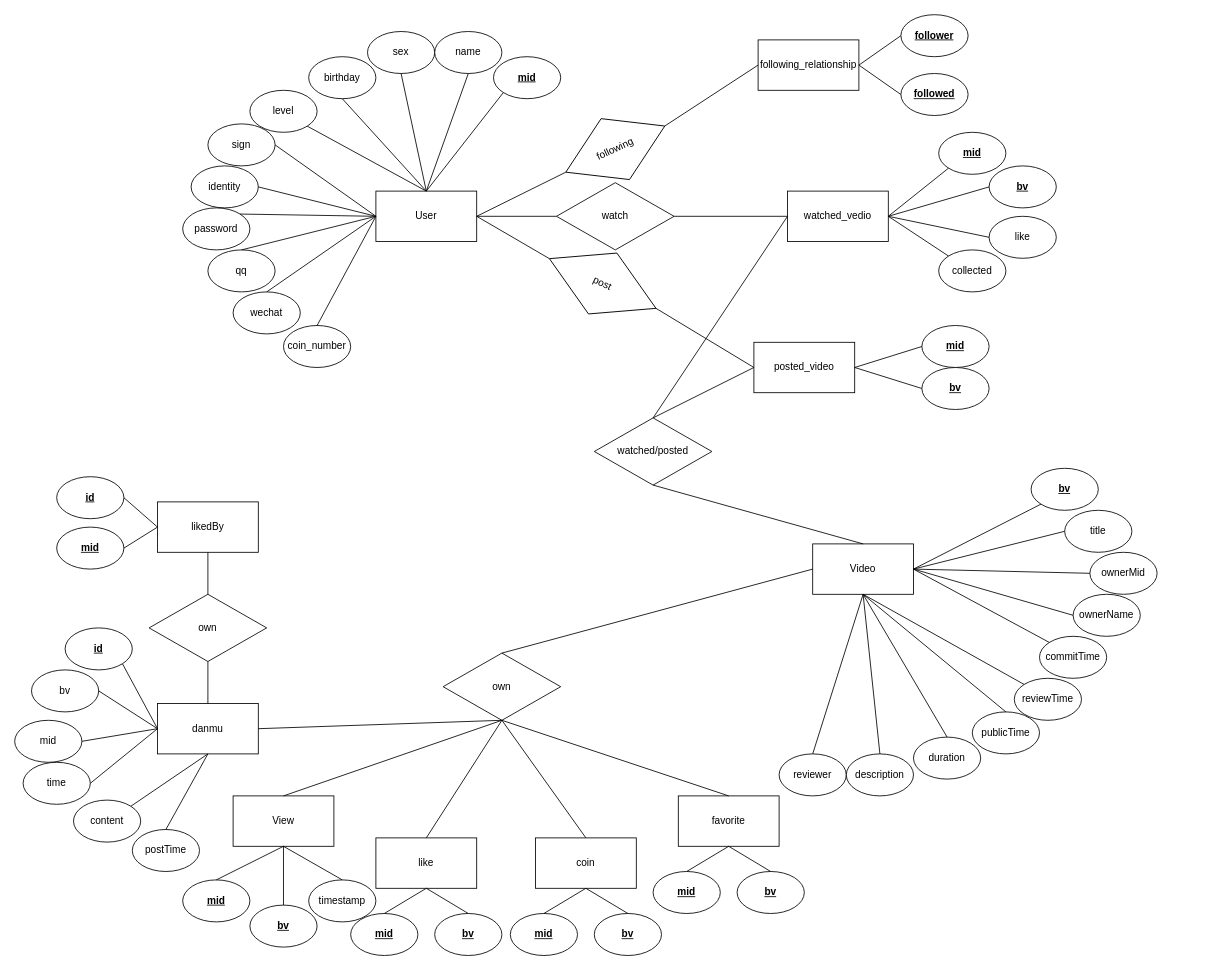
Before: 未命名绘图.drawio in Delta0019/Database_project2, a draw.io diagram. Source tidied: cells renumbered, new cells numbered last; positions are measured from the earlier drawing's top-left corner, leaving out a move shared by most shapes. Both pictures are drawn from the tidied source at 84%, with x=0, y=0 at pixel (14, 14).
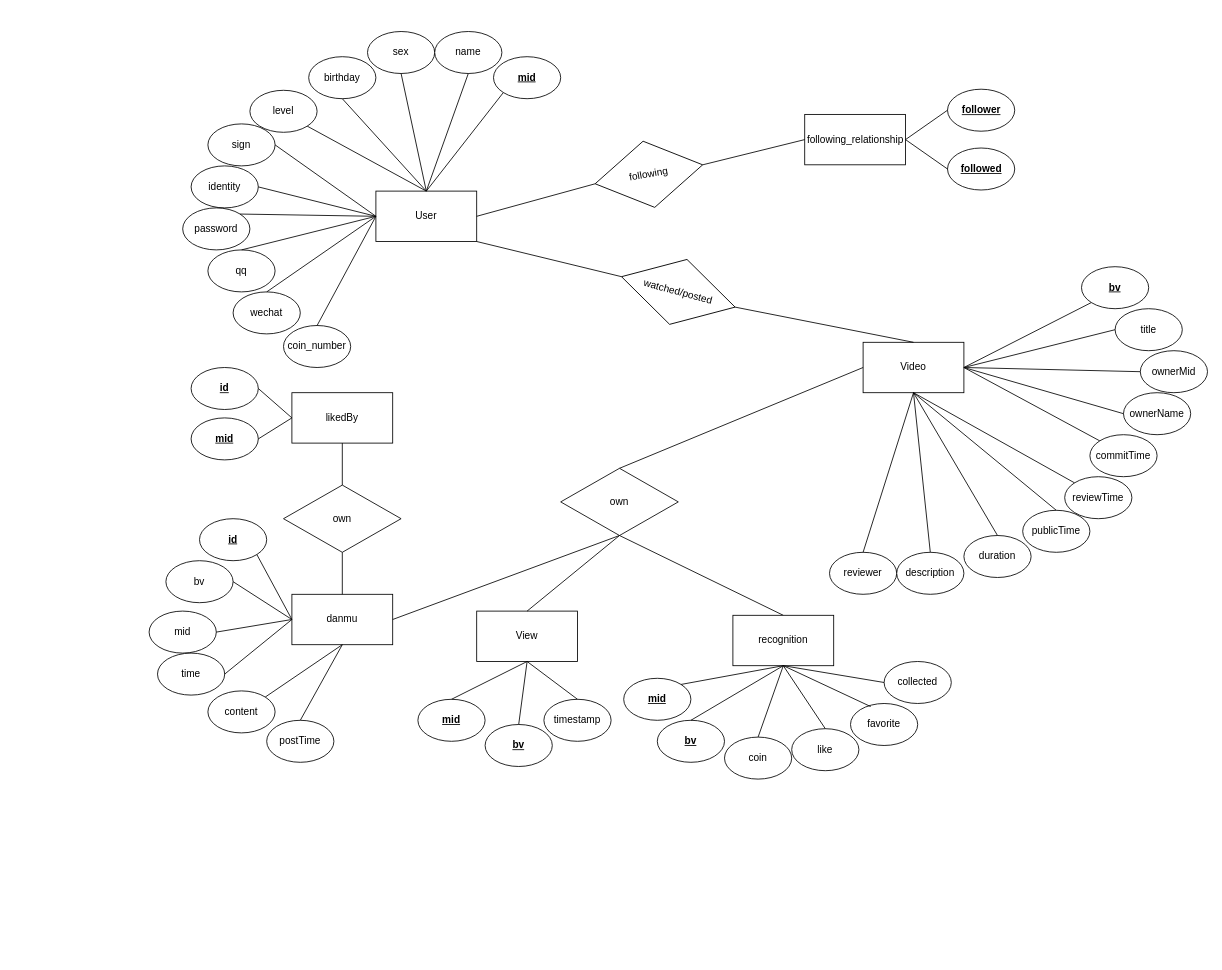
The same page after the edit.

Commit message:
更新未命名绘图.drawio

The change refers to these unchanged cells:
```xml
<mxCell id="2" value="User" style="rounded=0;whiteSpace=wrap;html=1;" parent="1" vertex="1">
  <mxGeometry x="430" y="210" width="120" height="60" as="geometry" />
</mxCell>
```

What changed in the source:
```diff
@@
-    <mxCell id="25" value="following" style="rhombus;whiteSpace=wrap;html=1;rotation=-25;" parent="1" vertex="1">
-      <mxGeometry x="650" y="120" width="130" height="80" as="geometry" />
+    <mxCell id="25" value="following" style="rhombus;whiteSpace=wrap;html=1;rotation=-10;" parent="1" vertex="1">
+      <mxGeometry x="690" y="150" width="130" height="80" as="geometry" />
     </mxCell>
@@
     <mxCell id="27" value="Video" style="rounded=0;whiteSpace=wrap;html=1;" parent="1" vertex="1">
-      <mxGeometry x="950" y="630" width="120" height="60" as="geometry" />
+      <mxGeometry x="1010" y="390" width="120" height="60" as="geometry" />
     </mxCell>
     <mxCell id="28" value="&lt;b&gt;&lt;u&gt;bv&lt;/u&gt;&lt;/b&gt;" style="ellipse;whiteSpace=wrap;html=1;" parent="1" vertex="1">
-      <mxGeometry x="1210" y="540" width="80" height="50" as="geometry" />
+      <mxGeometry x="1270" y="300" width="80" height="50" as="geometry" />
     </mxCell>
     <mxCell id="29" value="ownerMid" style="ellipse;whiteSpace=wrap;html=1;" parent="1" vertex="1">
-      <mxGeometry x="1280" y="640" width="80" height="50" as="geometry" />
+      <mxGeometry x="1340" y="400" width="80" height="50" as="geometry" />
     </mxCell>
     <mxCell id="30" value="ownerName" style="ellipse;whiteSpace=wrap;html=1;" parent="1" vertex="1">
-      <mxGeometry x="1260" y="690" width="80" height="50" as="geometry" />
+      <mxGeometry x="1320" y="450" width="80" height="50" as="geometry" />
     </mxCell>
     <mxCell id="31" value="commitTime" style="ellipse;whiteSpace=wrap;html=1;" parent="1" vertex="1">
-      <mxGeometry x="1220" y="740" width="80" height="50" as="geometry" />
+      <mxGeometry x="1280" y="500" width="80" height="50" as="geometry" />
     </mxCell>
     <mxCell id="32" value="reviewTime" style="ellipse;whiteSpace=wrap;html=1;" parent="1" vertex="1">
-      <mxGeometry x="1190" y="790" width="80" height="50" as="geometry" />
+      <mxGeometry x="1250" y="550" width="80" height="50" as="geometry" />
     </mxCell>
     <mxCell id="33" value="publicTime" style="ellipse;whiteSpace=wrap;html=1;" parent="1" vertex="1">
-      <mxGeometry x="1140" y="830" width="80" height="50" as="geometry" />
+      <mxGeometry x="1200" y="590" width="80" height="50" as="geometry" />
     </mxCell>
     <mxCell id="34" value="title" style="ellipse;whiteSpace=wrap;html=1;" parent="1" vertex="1">
-      <mxGeometry x="1250" y="590" width="80" height="50" as="geometry" />
+      <mxGeometry x="1310" y="350" width="80" height="50" as="geometry" />
     </mxCell>
@@
     <mxCell id="42" value="reviewer" style="ellipse;whiteSpace=wrap;html=1;" parent="1" vertex="1">
-      <mxGeometry x="910" y="880" width="80" height="50" as="geometry" />
+      <mxGeometry x="970" y="640" width="80" height="50" as="geometry" />
     </mxCell>
     <mxCell id="43" value="description" style="ellipse;whiteSpace=wrap;html=1;" parent="1" vertex="1">
-      <mxGeometry x="990" y="880" width="80" height="50" as="geometry" />
+      <mxGeometry x="1050" y="640" width="80" height="50" as="geometry" />
     </mxCell>
     <mxCell id="44" value="duration" style="ellipse;whiteSpace=wrap;html=1;" parent="1" vertex="1">
-      <mxGeometry x="1070" y="860" width="80" height="50" as="geometry" />
+      <mxGeometry x="1130" y="620" width="80" height="50" as="geometry" />
     </mxCell>
@@
-    <mxCell id="48" value="coin" style="rounded=0;whiteSpace=wrap;html=1;" parent="1" vertex="1">
-      <mxGeometry x="620" y="980" width="120" height="60" as="geometry" />
-    </mxCell>
-    <mxCell id="49" value="&lt;b&gt;&lt;u&gt;bv&lt;/u&gt;&lt;/b&gt;" style="ellipse;whiteSpace=wrap;html=1;" parent="1" vertex="1">
-      <mxGeometry x="690" y="1070" width="80" height="50" as="geometry" />
-    </mxCell>
-    <mxCell id="50" value="&lt;b&gt;&lt;u&gt;mid&lt;/u&gt;&lt;/b&gt;" style="ellipse;whiteSpace=wrap;html=1;" parent="1" vertex="1">
-      <mxGeometry x="590" y="1070" width="80" height="50" as="geometry" />
-    </mxCell>
-    <mxCell id="51" style="endArrow=none;html=1;rounded=0;entryX=0.5;entryY=1;entryDx=0;entryDy=0;exitX=0.5;exitY=0;exitDx=0;exitDy=0;" parent="1" edge="1" source="50" target="48">
-      <mxGeometry relative="1" as="geometry" />
-    </mxCell>
-    <mxCell id="52" style="endArrow=none;html=1;rounded=0;entryX=0.5;entryY=0;entryDx=0;entryDy=0;exitX=0.5;exitY=1;exitDx=0;exitDy=0;" parent="1" edge="1" source="48" target="49">
-      <mxGeometry relative="1" as="geometry" />
-    </mxCell>
-    <mxCell id="53" value="like" style="rounded=0;whiteSpace=wrap;html=1;" parent="1" vertex="1">
-      <mxGeometry x="430" y="980" width="120" height="60" as="geometry" />
-    </mxCell>
-    <mxCell id="54" value="&lt;b&gt;&lt;u&gt;bv&lt;/u&gt;&lt;/b&gt;" style="ellipse;whiteSpace=wrap;html=1;" parent="1" vertex="1">
-      <mxGeometry x="500" y="1070" width="80" height="50" as="geometry" />
-    </mxCell>
-    <mxCell id="55" value="&lt;b&gt;&lt;u&gt;mid&lt;/u&gt;&lt;/b&gt;" style="ellipse;whiteSpace=wrap;html=1;" parent="1" vertex="1">
-      <mxGeometry x="400" y="1070" width="80" height="50" as="geometry" />
-    </mxCell>
-    <mxCell id="56" style="endArrow=none;html=1;rounded=0;entryX=0.5;entryY=1;entryDx=0;entryDy=0;exitX=0.5;exitY=0;exitDx=0;exitDy=0;" parent="1" edge="1" source="55" target="53">
-      <mxGeometry relative="1" as="geometry" />
-    </mxCell>
-    <mxCell id="57" style="endArrow=none;html=1;rounded=0;entryX=0.5;entryY=0;entryDx=0;entryDy=0;exitX=0.5;exitY=1;exitDx=0;exitDy=0;" parent="1" edge="1" source="53" target="54">
-      <mxGeometry relative="1" as="geometry" />
-    </mxCell>
-    <mxCell id="58" value="favorite" style="rounded=0;whiteSpace=wrap;html=1;" parent="1" vertex="1">
-      <mxGeometry x="790" y="930" width="120" height="60" as="geometry" />
-    </mxCell>
-    <mxCell id="59" value="&lt;b&gt;&lt;u&gt;bv&lt;/u&gt;&lt;/b&gt;" style="ellipse;whiteSpace=wrap;html=1;" parent="1" vertex="1">
-      <mxGeometry x="860" y="1020" width="80" height="50" as="geometry" />
-    </mxCell>
-    <mxCell id="60" value="&lt;b&gt;&lt;u&gt;mid&lt;/u&gt;&lt;/b&gt;" style="ellipse;whiteSpace=wrap;html=1;" parent="1" vertex="1">
-      <mxGeometry x="760" y="1020" width="80" height="50" as="geometry" />
-    </mxCell>
-    <mxCell id="61" style="endArrow=none;html=1;rounded=0;entryX=0.5;entryY=1;entryDx=0;entryDy=0;exitX=0.5;exitY=0;exitDx=0;exitDy=0;" parent="1" edge="1" source="60" target="58">
-      <mxGeometry relative="1" as="geometry" />
-    </mxCell>
-    <mxCell id="62" style="endArrow=none;html=1;rounded=0;entryX=0.5;entryY=0;entryDx=0;entryDy=0;exitX=0.5;exitY=1;exitDx=0;exitDy=0;" parent="1" edge="1" source="58" target="59">
-      <mxGeometry relative="1" as="geometry" />
-    </mxCell>
     <mxCell id="63" value="own" style="rhombus;whiteSpace=wrap;html=1;" parent="1" vertex="1">
-      <mxGeometry x="510" y="760" width="140" height="80" as="geometry" />
+      <mxGeometry x="650" y="540" width="140" height="80" as="geometry" />
     </mxCell>
-    <mxCell id="64" style="endArrow=none;html=1;rounded=0;exitX=0.5;exitY=0;exitDx=0;exitDy=0;entryX=0.5;entryY=1;entryDx=0;entryDy=0;" parent="1" edge="1" source="53" target="63">
-      <mxGeometry relative="1" as="geometry" />
-    </mxCell>
-    <mxCell id="65" style="endArrow=none;html=1;rounded=0;exitX=0.5;exitY=0;exitDx=0;exitDy=0;entryX=0.5;entryY=1;entryDx=0;entryDy=0;" parent="1" edge="1" source="48" target="63">
+    <mxCell id="65" style="endArrow=none;html=1;rounded=0;entryX=0.5;entryY=1;entryDx=0;entryDy=0;exitX=0.5;exitY=0;exitDx=0;exitDy=0;" parent="1" edge="1" source="129" target="63">
       <mxGeometry relative="1" as="geometry" />
     </mxCell>
-    <mxCell id="66" style="endArrow=none;html=1;rounded=0;exitX=0.5;exitY=0;exitDx=0;exitDy=0;entryX=0.5;entryY=1;entryDx=0;entryDy=0;" parent="1" edge="1" source="58" target="63">
-      <mxGeometry relative="1" as="geometry" />
-    </mxCell>
@@
     <mxCell id="68" value="View" style="rounded=0;whiteSpace=wrap;html=1;" parent="1" vertex="1">
-      <mxGeometry x="260" y="930" width="120" height="60" as="geometry" />
+      <mxGeometry x="550" y="710" width="120" height="60" as="geometry" />
     </mxCell>
     <mxCell id="69" value="&lt;u&gt;&lt;b&gt;bv&lt;/b&gt;&lt;/u&gt;" style="ellipse;whiteSpace=wrap;html=1;" parent="1" vertex="1">
-      <mxGeometry x="280" y="1060" width="80" height="50" as="geometry" />
+      <mxGeometry x="560" y="845" width="80" height="50" as="geometry" />
     </mxCell>
     <mxCell id="70" value="&lt;u&gt;&lt;b&gt;mid&lt;/b&gt;&lt;/u&gt;" style="ellipse;whiteSpace=wrap;html=1;" parent="1" vertex="1">
-      <mxGeometry x="200" y="1030" width="80" height="50" as="geometry" />
+      <mxGeometry x="480" y="815" width="80" height="50" as="geometry" />
     </mxCell>
@@
     <mxCell id="74" value="timestamp" style="ellipse;whiteSpace=wrap;html=1;" parent="1" vertex="1">
-      <mxGeometry x="350" y="1030" width="80" height="50" as="geometry" />
+      <mxGeometry x="630" y="815" width="80" height="50" as="geometry" />
     </mxCell>
@@
-    <mxCell id="76" value="watched_vedio" style="rounded=0;whiteSpace=wrap;html=1;" parent="1" vertex="1">
-      <mxGeometry x="920" y="210" width="120" height="60" as="geometry" />
-    </mxCell>
-    <mxCell id="77" value="&lt;b&gt;&lt;u&gt;bv&lt;/u&gt;&lt;/b&gt;" style="ellipse;whiteSpace=wrap;html=1;" parent="1" vertex="1">
-      <mxGeometry x="1160" y="180" width="80" height="50" as="geometry" />
-    </mxCell>
-    <mxCell id="78" value="&lt;b&gt;&lt;u&gt;mid&lt;/u&gt;&lt;/b&gt;" style="ellipse;whiteSpace=wrap;html=1;" parent="1" vertex="1">
-      <mxGeometry x="1100" y="140" width="80" height="50" as="geometry" />
-    </mxCell>
-    <mxCell id="79" style="endArrow=none;html=1;rounded=0;entryX=0;entryY=1;entryDx=0;entryDy=0;exitX=1;exitY=0.5;exitDx=0;exitDy=0;" parent="1" edge="1" source="76" target="78">
-      <mxGeometry relative="1" as="geometry" />
-    </mxCell>
-    <mxCell id="80" style="endArrow=none;html=1;rounded=0;entryX=0;entryY=0.5;entryDx=0;entryDy=0;exitX=1;exitY=0.5;exitDx=0;exitDy=0;" parent="1" edge="1" source="76" target="77">
-      <mxGeometry relative="1" as="geometry" />
-    </mxCell>
     <mxCell id="81" value="following_relationship" style="rounded=0;whiteSpace=wrap;html=1;" parent="1" vertex="1">
-      <mxGeometry x="885" y="30" width="120" height="60" as="geometry" />
+      <mxGeometry x="940.5" y="118.7" width="120" height="60" as="geometry" />
     </mxCell>
     <mxCell id="82" value="&lt;b&gt;&lt;u&gt;followed&lt;/u&gt;&lt;/b&gt;" style="ellipse;whiteSpace=wrap;html=1;" parent="1" vertex="1">
-      <mxGeometry x="1055" y="70" width="80" height="50" as="geometry" />
+      <mxGeometry x="1110.5" y="158.7" width="80" height="50" as="geometry" />
     </mxCell>
     <mxCell id="83" value="&lt;b&gt;&lt;u&gt;follower&lt;/u&gt;&lt;/b&gt;" style="ellipse;whiteSpace=wrap;html=1;" parent="1" vertex="1">
-      <mxGeometry x="1055" width="80" height="50" as="geometry" />
+      <mxGeometry x="1110.5" y="88.7" width="80" height="50" as="geometry" />
     </mxCell>
@@
-    <mxCell id="87" style="endArrow=none;html=1;rounded=0;exitX=0;exitY=0.5;exitDx=0;exitDy=0;entryX=1;entryY=0.5;entryDx=0;entryDy=0;" parent="1" edge="1" source="76" target="98">
-      <mxGeometry relative="1" as="geometry" />
-    </mxCell>
-    <mxCell id="88" value="posted_video" style="rounded=0;whiteSpace=wrap;html=1;" parent="1" vertex="1">
-      <mxGeometry x="880" y="390" width="120" height="60" as="geometry" />
-    </mxCell>
-    <mxCell id="89" value="&lt;b&gt;&lt;u&gt;bv&lt;/u&gt;&lt;/b&gt;" style="ellipse;whiteSpace=wrap;html=1;" parent="1" vertex="1">
-      <mxGeometry x="1080" y="420" width="80" height="50" as="geometry" />
-    </mxCell>
-    <mxCell id="90" value="&lt;b&gt;&lt;u&gt;mid&lt;/u&gt;&lt;/b&gt;" style="ellipse;whiteSpace=wrap;html=1;" parent="1" vertex="1">
-      <mxGeometry x="1080" y="370" width="80" height="50" as="geometry" />
-    </mxCell>
-    <mxCell id="91" style="endArrow=none;html=1;rounded=0;entryX=0;entryY=0.5;entryDx=0;entryDy=0;exitX=1;exitY=0.5;exitDx=0;exitDy=0;" parent="1" edge="1" source="88" target="90">
-      <mxGeometry relative="1" as="geometry" />
-    </mxCell>
-    <mxCell id="92" style="endArrow=none;html=1;rounded=0;entryX=0;entryY=0.5;entryDx=0;entryDy=0;exitX=1;exitY=0.5;exitDx=0;exitDy=0;" parent="1" edge="1" source="88" target="89">
-      <mxGeometry relative="1" as="geometry" />
-    </mxCell>
-    <mxCell id="93" style="endArrow=none;html=1;rounded=0;exitX=0;exitY=0.5;exitDx=0;exitDy=0;entryX=1;entryY=0.5;entryDx=0;entryDy=0;" parent="1" edge="1" source="88" target="100">
-      <mxGeometry relative="1" as="geometry" />
-    </mxCell>
-    <mxCell id="94" value="like" style="ellipse;whiteSpace=wrap;html=1;" parent="1" vertex="1">
-      <mxGeometry x="1160" y="240" width="80" height="50" as="geometry" />
-    </mxCell>
-    <mxCell id="95" style="endArrow=none;html=1;rounded=0;entryX=0;entryY=0.5;entryDx=0;entryDy=0;exitX=1;exitY=0.5;exitDx=0;exitDy=0;" parent="1" edge="1" source="76" target="94">
-      <mxGeometry relative="1" as="geometry" />
-    </mxCell>
-    <mxCell id="96" value="collected" style="ellipse;whiteSpace=wrap;html=1;" parent="1" vertex="1">
-      <mxGeometry x="1100" y="280" width="80" height="50" as="geometry" />
-    </mxCell>
-    <mxCell id="97" style="endArrow=none;html=1;rounded=0;entryX=0;entryY=0;entryDx=0;entryDy=0;exitX=1;exitY=0.5;exitDx=0;exitDy=0;" parent="1" edge="1" source="76" target="96">
-      <mxGeometry relative="1" as="geometry" />
-    </mxCell>
-    <mxCell id="98" value="watch" style="rhombus;whiteSpace=wrap;html=1;rotation=0;" parent="1" vertex="1">
-      <mxGeometry x="645" y="200" width="140" height="80" as="geometry" />
-    </mxCell>
-    <mxCell id="99" style="endArrow=none;html=1;rounded=0;exitX=0;exitY=0.5;exitDx=0;exitDy=0;entryX=1;entryY=0.5;entryDx=0;entryDy=0;" parent="1" edge="1" source="98" target="2">
-      <mxGeometry relative="1" as="geometry" />
-    </mxCell>
-    <mxCell id="100" value="post" style="rhombus;whiteSpace=wrap;html=1;rotation=25;" parent="1" vertex="1">
-      <mxGeometry x="630" y="280" width="140" height="80" as="geometry" />
-    </mxCell>
-    <mxCell id="101" style="endArrow=none;html=1;rounded=0;exitX=0;exitY=0.5;exitDx=0;exitDy=0;entryX=1;entryY=0.5;entryDx=0;entryDy=0;" parent="1" edge="1" source="100" target="2">
-      <mxGeometry relative="1" as="geometry" />
-    </mxCell>
-    <mxCell id="102" value="watched/posted" style="rhombus;whiteSpace=wrap;html=1;rotation=0;" parent="1" vertex="1">
-      <mxGeometry x="690" y="480" width="140" height="80" as="geometry" />
+    <mxCell id="102" value="watched/posted" style="rhombus;whiteSpace=wrap;html=1;rotation=15;" parent="1" vertex="1">
+      <mxGeometry x="720" y="290" width="140" height="80" as="geometry" />
     </mxCell>
-    <mxCell id="103" style="endArrow=none;html=1;rounded=0;entryX=0.5;entryY=0;entryDx=0;entryDy=0;exitX=0.5;exitY=1;exitDx=0;exitDy=0;" parent="1" edge="1" source="102" target="27">
+    <mxCell id="103" style="endArrow=none;html=1;rounded=0;entryX=0.5;entryY=0;entryDx=0;entryDy=0;exitX=1;exitY=0.5;exitDx=0;exitDy=0;" parent="1" edge="1" source="102" target="27">
       <mxGeometry relative="1" as="geometry" />
     </mxCell>
-    <mxCell id="104" style="endArrow=none;html=1;rounded=0;entryX=0.5;entryY=0;entryDx=0;entryDy=0;exitX=0;exitY=0.5;exitDx=0;exitDy=0;" parent="1" edge="1" source="76" target="102">
-      <mxGeometry relative="1" as="geometry" />
-    </mxCell>
-    <mxCell id="105" style="endArrow=none;html=1;rounded=0;entryX=0.5;entryY=0;entryDx=0;entryDy=0;exitX=0;exitY=0.5;exitDx=0;exitDy=0;" parent="1" edge="1" source="88" target="102">
-      <mxGeometry relative="1" as="geometry" />
-    </mxCell>
     <mxCell id="106" value="danmu" style="rounded=0;whiteSpace=wrap;html=1;" parent="1" vertex="1">
-      <mxGeometry x="170" y="820" width="120" height="60" as="geometry" />
+      <mxGeometry x="330" y="690" width="120" height="60" as="geometry" />
     </mxCell>
     <mxCell id="107" value="mid" style="ellipse;whiteSpace=wrap;html=1;" parent="1" vertex="1">
-      <mxGeometry y="840" width="80" height="50" as="geometry" />
+      <mxGeometry x="160" y="710" width="80" height="50" as="geometry" />
     </mxCell>
     <mxCell id="108" value="content" style="ellipse;whiteSpace=wrap;html=1;" parent="1" vertex="1">
-      <mxGeometry x="70" y="935" width="80" height="50" as="geometry" />
+      <mxGeometry x="230" y="805" width="80" height="50" as="geometry" />
     </mxCell>
     <mxCell id="109" value="postTime" style="ellipse;whiteSpace=wrap;html=1;" parent="1" vertex="1">
-      <mxGeometry x="140" y="970" width="80" height="50" as="geometry" />
+      <mxGeometry x="300" y="840" width="80" height="50" as="geometry" />
     </mxCell>
     <mxCell id="110" value="bv" style="ellipse;whiteSpace=wrap;html=1;" parent="1" vertex="1">
-      <mxGeometry x="20" y="780" width="80" height="50" as="geometry" />
+      <mxGeometry x="180" y="650" width="80" height="50" as="geometry" />
     </mxCell>
     <mxCell id="111" value="&lt;b&gt;&lt;u&gt;id&lt;/u&gt;&lt;/b&gt;" style="ellipse;whiteSpace=wrap;html=1;" parent="1" vertex="1">
-      <mxGeometry x="60" y="730" width="80" height="50" as="geometry" />
+      <mxGeometry x="220" y="600" width="80" height="50" as="geometry" />
     </mxCell>
     <mxCell id="112" value="time" style="ellipse;whiteSpace=wrap;html=1;" parent="1" vertex="1">
-      <mxGeometry x="10" y="890" width="80" height="50" as="geometry" />
+      <mxGeometry x="170" y="760" width="80" height="50" as="geometry" />
     </mxCell>
@@
     <mxCell id="120" value="likedBy" style="rounded=0;whiteSpace=wrap;html=1;" parent="1" vertex="1">
-      <mxGeometry x="170" y="580" width="120" height="60" as="geometry" />
+      <mxGeometry x="330" y="450" width="120" height="60" as="geometry" />
     </mxCell>
     <mxCell id="121" value="own" style="rhombus;whiteSpace=wrap;html=1;" parent="1" vertex="1">
-      <mxGeometry x="160" y="690" width="140" height="80" as="geometry" />
+      <mxGeometry x="320" y="560" width="140" height="80" as="geometry" />
     </mxCell>
@@
     <mxCell id="124" value="&lt;b&gt;&lt;u&gt;id&lt;/u&gt;&lt;/b&gt;" style="ellipse;whiteSpace=wrap;html=1;" parent="1" vertex="1">
-      <mxGeometry x="50" y="550" width="80" height="50" as="geometry" />
+      <mxGeometry x="210" y="420" width="80" height="50" as="geometry" />
     </mxCell>
     <mxCell id="125" value="&lt;u&gt;&lt;b&gt;mid&lt;/b&gt;&lt;/u&gt;" style="ellipse;whiteSpace=wrap;html=1;" parent="1" vertex="1">
-      <mxGeometry x="50" y="610" width="80" height="50" as="geometry" />
+      <mxGeometry x="210" y="480" width="80" height="50" as="geometry" />
     </mxCell>
@@
+    <mxCell id="128" style="endArrow=none;html=1;rounded=0;entryX=1;entryY=1;entryDx=0;entryDy=0;exitX=0;exitY=0.5;exitDx=0;exitDy=0;" parent="1" edge="1" source="102" target="2">
+      <mxGeometry relative="1" as="geometry" />
+    </mxCell>
+    <mxCell id="129" value="recognition&lt;br&gt;" style="rounded=0;whiteSpace=wrap;html=1;" parent="1" vertex="1">
+      <mxGeometry x="855" y="715" width="120" height="60" as="geometry" />
+    </mxCell>
+    <mxCell id="130" value="&lt;u&gt;&lt;b&gt;bv&lt;/b&gt;&lt;/u&gt;" style="ellipse;whiteSpace=wrap;html=1;" parent="1" vertex="1">
+      <mxGeometry x="765" y="840" width="80" height="50" as="geometry" />
+    </mxCell>
+    <mxCell id="131" value="&lt;u&gt;&lt;b&gt;mid&lt;/b&gt;&lt;/u&gt;" style="ellipse;whiteSpace=wrap;html=1;" parent="1" vertex="1">
+      <mxGeometry x="725" y="790" width="80" height="50" as="geometry" />
+    </mxCell>
+    <mxCell id="132" style="endArrow=none;html=1;rounded=0;entryX=0.5;entryY=1;entryDx=0;entryDy=0;exitX=1;exitY=0;exitDx=0;exitDy=0;" parent="1" edge="1" source="131" target="129">
+      <mxGeometry relative="1" as="geometry" />
+    </mxCell>
+    <mxCell id="133" style="endArrow=none;html=1;rounded=0;entryX=0.5;entryY=0;entryDx=0;entryDy=0;exitX=0.5;exitY=1;exitDx=0;exitDy=0;" parent="1" edge="1" source="129" target="130">
+      <mxGeometry relative="1" as="geometry" />
+    </mxCell>
+    <mxCell id="134" style="endArrow=none;html=1;rounded=0;entryX=0.5;entryY=0;entryDx=0;entryDy=0;exitX=0.5;exitY=1;exitDx=0;exitDy=0;" parent="1" edge="1" source="129" target="48">
+      <mxGeometry relative="1" as="geometry" />
+    </mxCell>
+    <mxCell id="48" value="coin" style="ellipse;whiteSpace=wrap;html=1;" parent="1" vertex="1">
+      <mxGeometry x="845" y="860" width="80" height="50" as="geometry" />
+    </mxCell>
+    <mxCell id="94" value="like" style="ellipse;whiteSpace=wrap;html=1;" parent="1" vertex="1">
+      <mxGeometry x="925" y="850" width="80" height="50" as="geometry" />
+    </mxCell>
+    <mxCell id="58" value="favorite" style="ellipse;whiteSpace=wrap;html=1;" parent="1" vertex="1">
+      <mxGeometry x="995" y="820" width="80" height="50" as="geometry" />
+    </mxCell>
+    <mxCell id="96" value="collected&lt;br&gt;" style="ellipse;whiteSpace=wrap;html=1;" parent="1" vertex="1">
+      <mxGeometry x="1035" y="770" width="80" height="50" as="geometry" />
+    </mxCell>
+    <mxCell id="135" style="endArrow=none;html=1;rounded=0;exitX=0.5;exitY=1;exitDx=0;exitDy=0;entryX=0.5;entryY=0;entryDx=0;entryDy=0;" parent="1" edge="1" source="129" target="94">
+      <mxGeometry relative="1" as="geometry" />
+    </mxCell>
+    <mxCell id="136" style="endArrow=none;html=1;rounded=0;entryX=0.3;entryY=0.073;entryDx=0;entryDy=0;exitX=0.5;exitY=1;exitDx=0;exitDy=0;entryPerimeter=0;" parent="1" edge="1" source="129" target="58">
+      <mxGeometry relative="1" as="geometry" />
+    </mxCell>
+    <mxCell id="137" style="endArrow=none;html=1;rounded=0;entryX=0;entryY=0.5;entryDx=0;entryDy=0;exitX=0.5;exitY=1;exitDx=0;exitDy=0;" parent="1" edge="1" source="129" target="96">
+      <mxGeometry relative="1" as="geometry" />
+    </mxCell>
```
